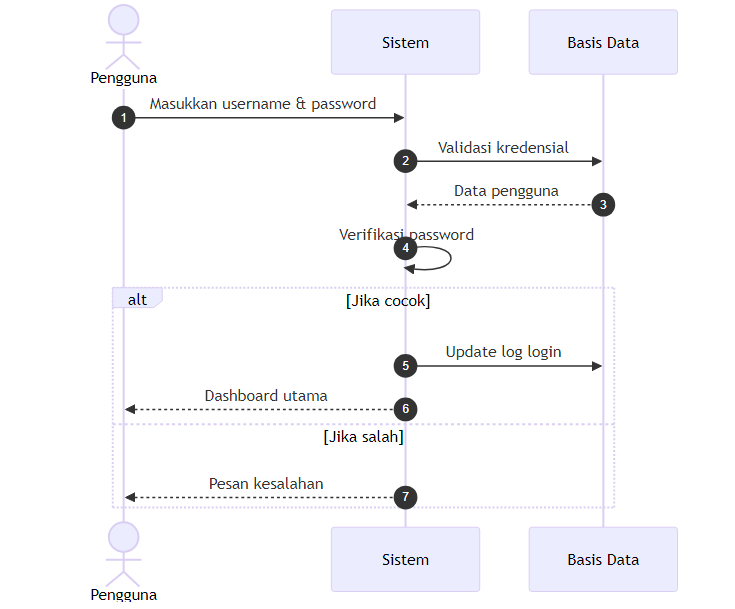
Above: docs/diagrams/1_sequence_diagram_verifikasi_akun.png in ahmadyasser72/tem-2 (Mermaid), before the change. Its source is kept beside it as docs/diagrams/1_sequence_diagram_verifikasi_akun.mmd. Source of this version:
```mermaid
sequenceDiagram
    autonumber
    actor Pengguna
    participant Sistem
    participant Basis Data

    Pengguna->>Sistem: Masukkan username & password
    Sistem->>Basis Data: Validasi kredensial
    Basis Data-->>Sistem: Data pengguna
    Sistem->>Sistem: Verifikasi password

    alt Jika cocok
        Sistem->>Basis Data: Update log login
        Sistem-->>Pengguna: Dashboard utama
    else Jika salah
        Sistem-->>Pengguna: Pesan kesalahan
    end
```
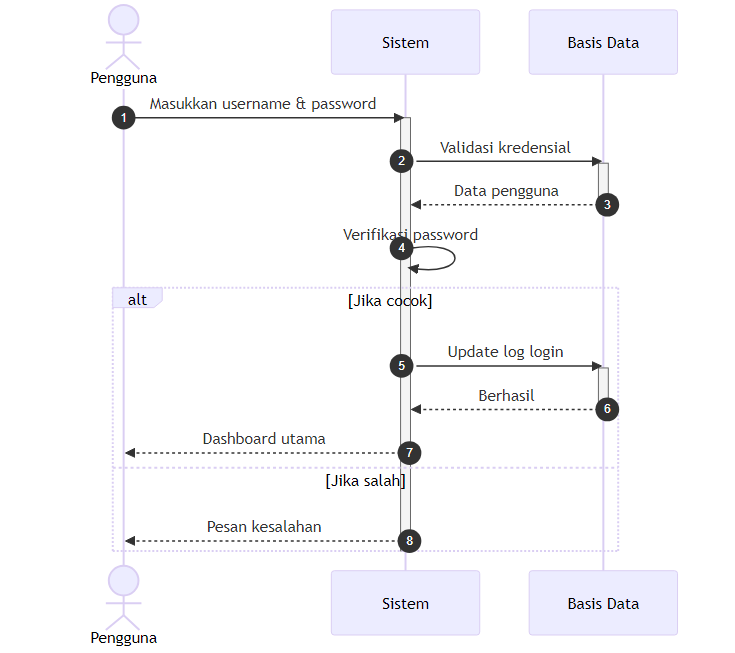
Later version of the same file.

The edit, as a diff of the source:
```diff
@@ -5,13 +5,20 @@
     participant Basis Data
 
     Pengguna->>Sistem: Masukkan username & password
+    activate Sistem
     Sistem->>Basis Data: Validasi kredensial
+    activate Basis Data
     Basis Data-->>Sistem: Data pengguna
+    deactivate Basis Data
     Sistem->>Sistem: Verifikasi password
 
     alt Jika cocok
         Sistem->>Basis Data: Update log login
+        activate Basis Data
+        Basis Data-->>Sistem: Berhasil
+        deactivate Basis Data
         Sistem-->>Pengguna: Dashboard utama
     else Jika salah
         Sistem-->>Pengguna: Pesan kesalahan
     end
+    deactivate Sistem
```
